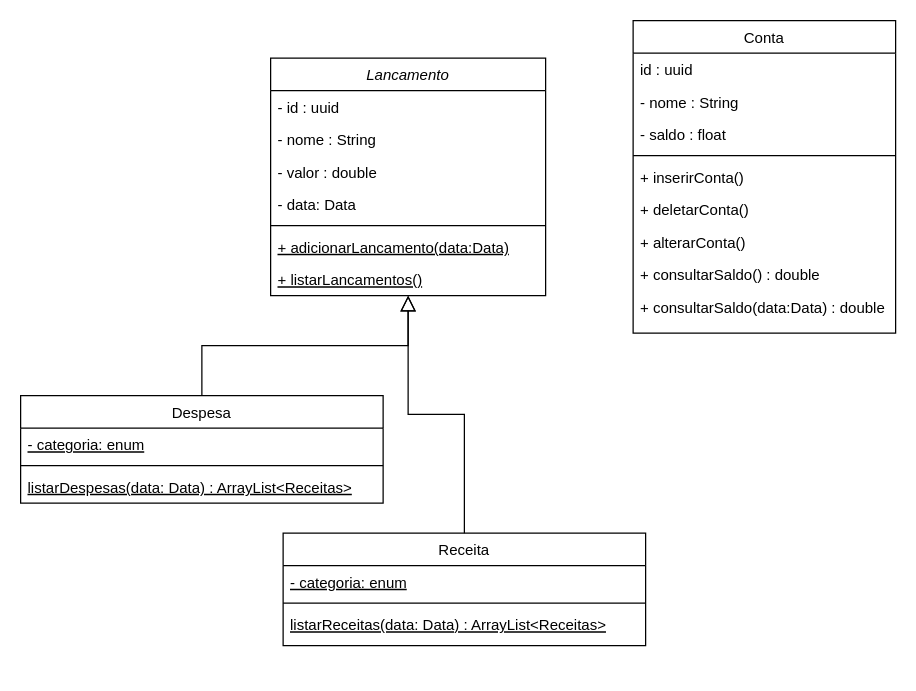
The draw.io diagram DinDin.drawio in iaraoliveira/dindin, before the edit. Source tidied: cells renumbered, new cells numbered last; positions are measured from the earlier drawing's top-left corner, leaving out a move shared by most shapes. Both pictures are drawn from the tidied source at 125%, with x=0, y=0 at pixel (20, 20).
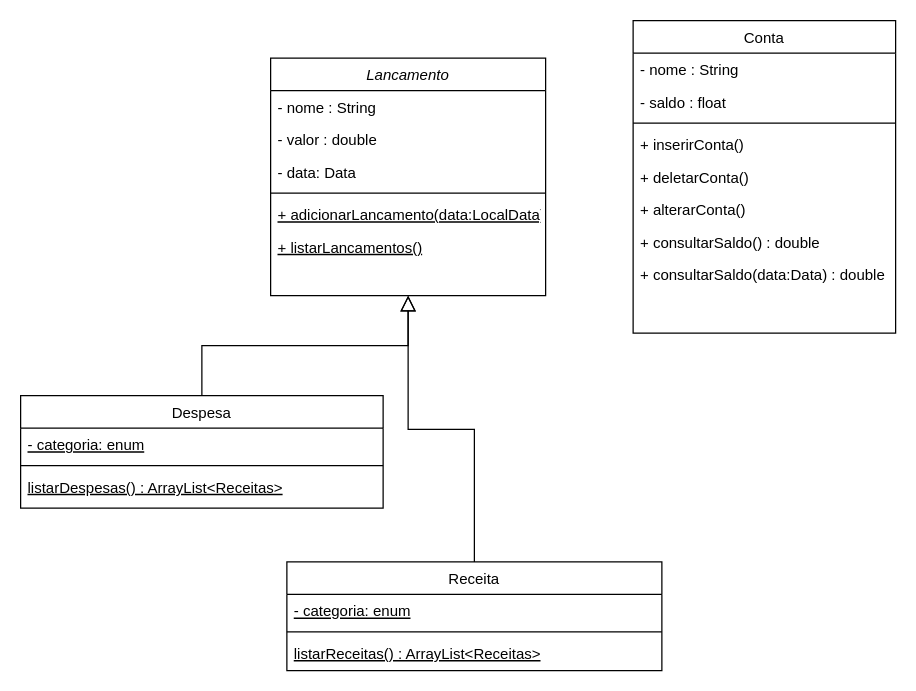
After the change.

Commit message:
:sparkles: modificando diagrama

The change refers to these unchanged cells:
```xml
<mxCell id="2" value="Lancamento" style="swimlane;fontStyle=2;align=center;verticalAlign=top;horizontal=1;startSize=26;rounded=0;shadow=0;strokeWidth=1;" parent="1" vertex="1">
  <mxGeometry x="200" y="30" width="220" height="190" as="geometry" />
</mxCell>
<mxCell id="20" value="Conta" style="swimlane;fontStyle=0;align=center;verticalAlign=top;horizontal=1;startSize=26;rounded=0;shadow=0;strokeWidth=1;" parent="1" vertex="1">
  <mxGeometry x="490" width="210" height="250" as="geometry" />
</mxCell>
```

Diff of the diagram source:
```diff
@@
-    <mxCell id="3" value="- id : uuid" style="text;align=left;verticalAlign=top;spacingLeft=4;spacingRight=4;overflow=hidden;" parent="2" vertex="1">
-      <mxGeometry y="26" width="220" height="26" as="geometry" />
-    </mxCell>
     <mxCell id="4" value="- nome : String" style="text;align=left;verticalAlign=top;spacingLeft=4;spacingRight=4;overflow=hidden;" parent="2" vertex="1">
-      <mxGeometry y="52" width="220" height="26" as="geometry" />
+      <mxGeometry y="26" width="220" height="26" as="geometry" />
     </mxCell>
     <mxCell id="5" value="- valor : double" style="text;align=left;verticalAlign=top;spacingLeft=4;spacingRight=4;overflow=hidden;rounded=0;shadow=0;html=0;" parent="2" vertex="1">
-      <mxGeometry y="78" width="220" height="26" as="geometry" />
+      <mxGeometry y="52" width="220" height="26" as="geometry" />
     </mxCell>
     <mxCell id="6" value="- data: Data" style="text;align=left;verticalAlign=top;spacingLeft=4;spacingRight=4;overflow=hidden;rounded=0;shadow=0;html=0;" parent="2" vertex="1">
-      <mxGeometry y="104" width="220" height="26" as="geometry" />
+      <mxGeometry y="78" width="220" height="26" as="geometry" />
     </mxCell>
     <mxCell id="7" style="line;html=1;strokeWidth=1;align=left;verticalAlign=middle;spacingTop=-1;spacingLeft=3;spacingRight=3;labelPosition=right;" parent="2" vertex="1">
-      <mxGeometry y="130" width="220" height="8" as="geometry" />
+      <mxGeometry y="104" width="220" height="8" as="geometry" />
     </mxCell>
-    <mxCell id="8" value="+ adicionarLancamento(data:Data)" style="text;align=left;verticalAlign=top;spacingLeft=4;spacingRight=4;overflow=hidden;fontStyle=4;" parent="2" vertex="1">
-      <mxGeometry y="138" width="220" height="26" as="geometry" />
+    <mxCell id="8" value="+ adicionarLancamento(data:LocalData)" style="text;align=left;verticalAlign=top;spacingLeft=4;spacingRight=4;overflow=hidden;fontStyle=4;" parent="2" vertex="1">
+      <mxGeometry y="112" width="220" height="26" as="geometry" />
     </mxCell>
     <mxCell id="9" value="+ listarLancamentos()" style="text;align=left;verticalAlign=top;spacingLeft=4;spacingRight=4;overflow=hidden;fontStyle=4;" parent="2" vertex="1">
-      <mxGeometry y="164" width="220" height="26" as="geometry" />
+      <mxGeometry y="138" width="220" height="26" as="geometry" />
     </mxCell>
     <mxCell id="10" value="Receita" style="swimlane;fontStyle=0;align=center;verticalAlign=top;horizontal=1;startSize=26;rounded=0;shadow=0;strokeWidth=1;" parent="1" vertex="1">
-      <mxGeometry x="210" y="410" width="290" height="90" as="geometry" />
+      <mxGeometry x="213" y="433" width="300" height="87" as="geometry" />
     </mxCell>
     <mxCell id="11" value="- categoria: enum" style="text;align=left;verticalAlign=top;spacingLeft=4;spacingRight=4;overflow=hidden;fontStyle=4;" parent="10" vertex="1">
-      <mxGeometry y="26" width="290" height="26" as="geometry" />
+      <mxGeometry y="26" width="300" height="26" as="geometry" />
     </mxCell>
     <mxCell id="12" style="line;html=1;strokeWidth=1;align=left;verticalAlign=middle;spacingTop=-1;spacingLeft=3;spacingRight=3;labelPosition=right;" parent="10" vertex="1">
-      <mxGeometry y="52" width="290" height="8" as="geometry" />
+      <mxGeometry y="52" width="300" height="8" as="geometry" />
     </mxCell>
-    <mxCell id="13" value="listarReceitas(data: Data) : ArrayList&lt;Receitas&gt;" style="text;align=left;verticalAlign=top;spacingLeft=4;spacingRight=4;overflow=hidden;fontStyle=4;" parent="10" vertex="1">
-      <mxGeometry y="60" width="290" height="26" as="geometry" />
+    <mxCell id="13" value="listarReceitas() : ArrayList&lt;Receitas&gt;" style="text;align=left;verticalAlign=top;spacingLeft=4;spacingRight=4;overflow=hidden;fontStyle=4;" parent="10" vertex="1">
+      <mxGeometry y="60" width="300" height="26" as="geometry" />
     </mxCell>
@@
     <mxCell id="15" value="Despesa" style="swimlane;fontStyle=0;align=center;verticalAlign=top;horizontal=1;startSize=26;rounded=0;shadow=0;strokeWidth=1;" parent="1" vertex="1">
-      <mxGeometry y="300" width="290" height="86" as="geometry" />
+      <mxGeometry y="300" width="290" height="90" as="geometry" />
     </mxCell>
@@
-    <mxCell id="18" value="listarDespesas(data: Data) : ArrayList&lt;Receitas&gt;" style="text;align=left;verticalAlign=top;spacingLeft=4;spacingRight=4;overflow=hidden;fontStyle=4;" parent="15" vertex="1">
+    <mxCell id="18" value="listarDespesas() : ArrayList&lt;Receitas&gt;" style="text;align=left;verticalAlign=top;spacingLeft=4;spacingRight=4;overflow=hidden;fontStyle=4;" parent="15" vertex="1">
       <mxGeometry y="60" width="290" height="26" as="geometry" />
     </mxCell>
@@
-    <mxCell id="21" value="id : uuid" style="text;align=left;verticalAlign=top;spacingLeft=4;spacingRight=4;overflow=hidden;" parent="20" vertex="1">
-      <mxGeometry y="26" width="210" height="26" as="geometry" />
-    </mxCell>
     <mxCell id="22" value="- nome : String" style="text;align=left;verticalAlign=top;spacingLeft=4;spacingRight=4;overflow=hidden;rounded=0;shadow=0;html=0;" parent="20" vertex="1">
-      <mxGeometry y="52" width="210" height="26" as="geometry" />
+      <mxGeometry y="26" width="210" height="26" as="geometry" />
     </mxCell>
     <mxCell id="23" value="- saldo : float" style="text;align=left;verticalAlign=top;spacingLeft=4;spacingRight=4;overflow=hidden;rounded=0;shadow=0;html=0;" parent="20" vertex="1">
-      <mxGeometry y="78" width="210" height="26" as="geometry" />
+      <mxGeometry y="52" width="210" height="26" as="geometry" />
     </mxCell>
     <mxCell id="24" style="line;html=1;strokeWidth=1;align=left;verticalAlign=middle;spacingTop=-1;spacingLeft=3;spacingRight=3;labelPosition=right;" parent="20" vertex="1">
-      <mxGeometry y="104" width="210" height="8" as="geometry" />
+      <mxGeometry y="78" width="210" height="8" as="geometry" />
     </mxCell>
     <mxCell id="25" value="+ inserirConta()" style="text;align=left;verticalAlign=top;spacingLeft=4;spacingRight=4;overflow=hidden;" parent="20" vertex="1">
-      <mxGeometry y="112" width="210" height="26" as="geometry" />
+      <mxGeometry y="86" width="210" height="26" as="geometry" />
     </mxCell>
     <mxCell id="26" value="+ deletarConta()" style="text;align=left;verticalAlign=top;spacingLeft=4;spacingRight=4;overflow=hidden;" parent="20" vertex="1">
-      <mxGeometry y="138" width="210" height="26" as="geometry" />
+      <mxGeometry y="112" width="210" height="26" as="geometry" />
     </mxCell>
     <mxCell id="27" value="+ alterarConta()" style="text;align=left;verticalAlign=top;spacingLeft=4;spacingRight=4;overflow=hidden;" parent="20" vertex="1">
-      <mxGeometry y="164" width="210" height="26" as="geometry" />
+      <mxGeometry y="138" width="210" height="26" as="geometry" />
     </mxCell>
     <mxCell id="28" value="+ consultarSaldo() : double" style="text;align=left;verticalAlign=top;spacingLeft=4;spacingRight=4;overflow=hidden;" parent="20" vertex="1">
-      <mxGeometry y="190" width="210" height="26" as="geometry" />
+      <mxGeometry y="164" width="210" height="26" as="geometry" />
     </mxCell>
     <mxCell id="29" value="+ consultarSaldo(data:Data) : double" style="text;align=left;verticalAlign=top;spacingLeft=4;spacingRight=4;overflow=hidden;" parent="20" vertex="1">
-      <mxGeometry y="216" width="210" height="26" as="geometry" />
+      <mxGeometry y="190" width="210" height="26" as="geometry" />
     </mxCell>
```
